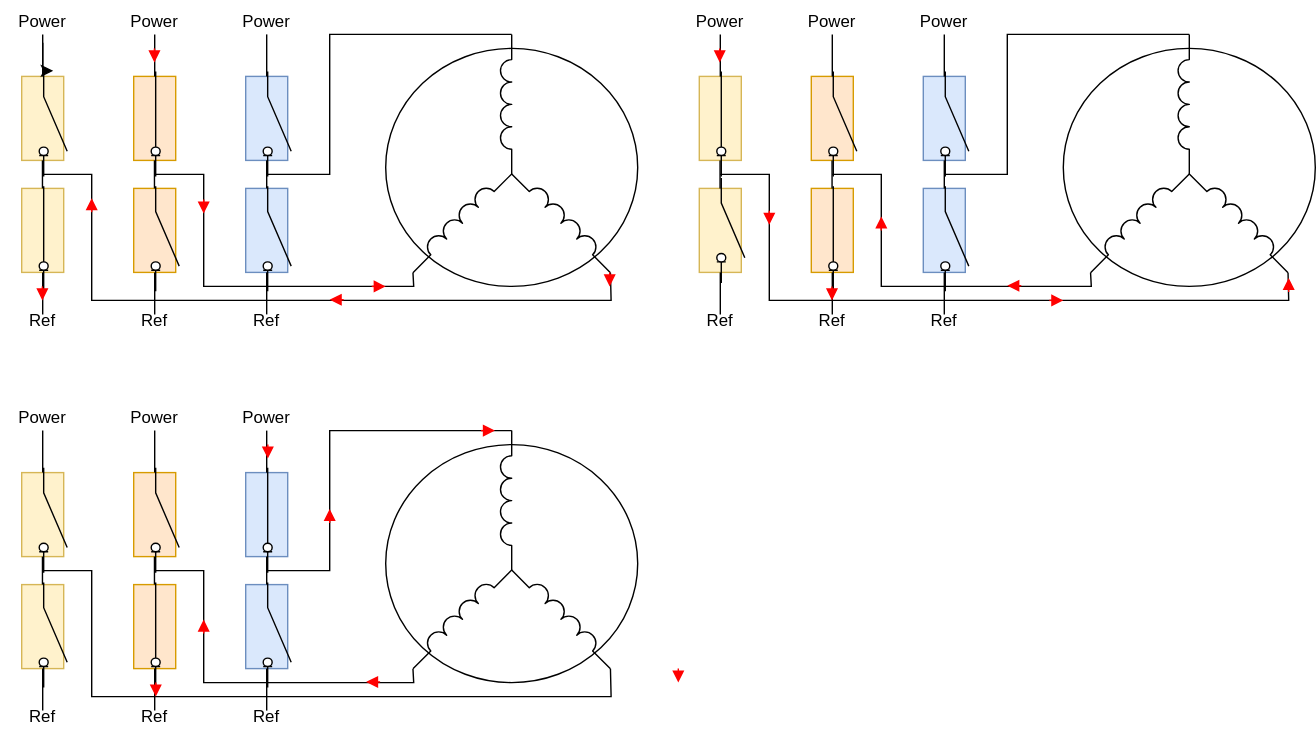
stephaneamans/ESC_Brushless keeps this draw.io diagram as 01-documentation/svg_files/esc_commutation_principle.drawio.svg. Above is the earlier version. Source tidied: cells renumbered, new cells last; positions are measured from the earlier drawing's top-left corner, leaving out a move shared by most shapes.
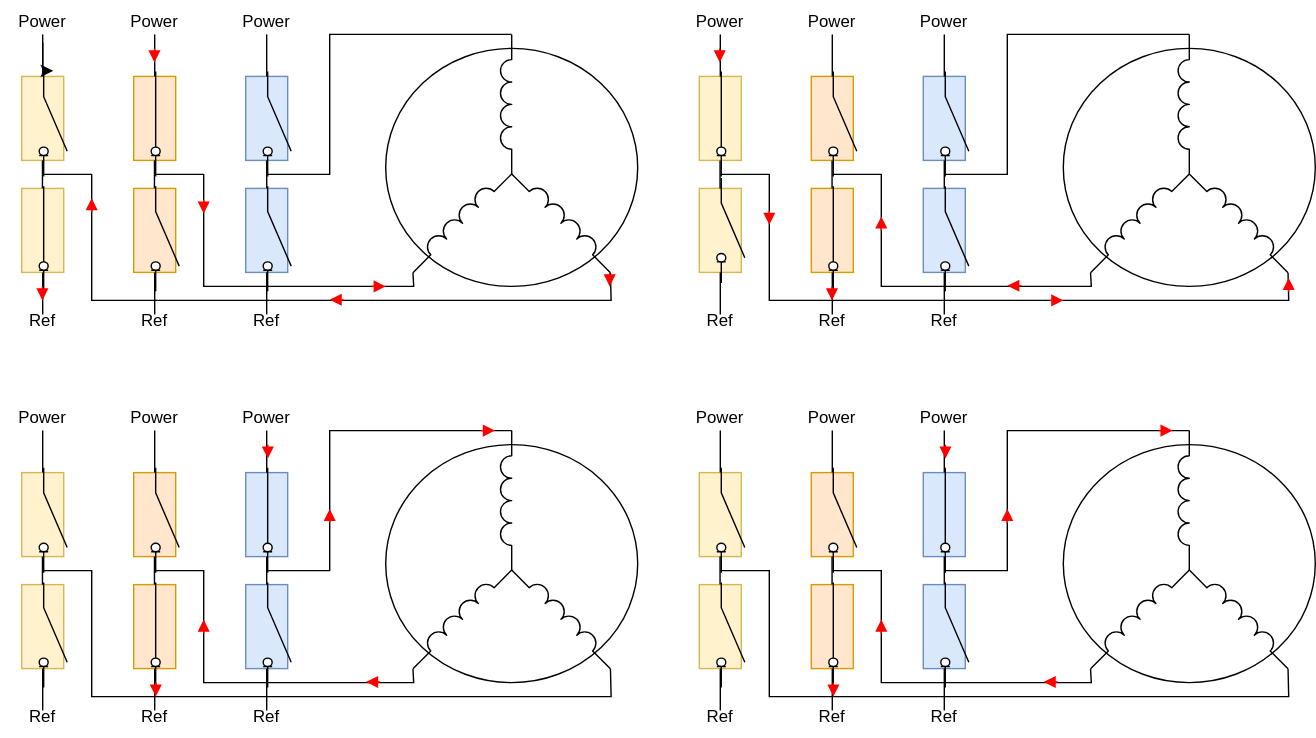
Above is the later version.

The edit, as a diff of the source:
```diff
@@ -533,12 +533,6 @@
         <mxPoint x="190.8" y="327" as="targetPoint" />
       </mxGeometry>
     </mxCell>
-    <mxCell id="120" style="endArrow=block;html=1;rounded=0;strokeColor=#FF0000;endFill=1;" parent="1" edge="1">
-      <mxGeometry relative="1" as="geometry">
-        <mxPoint x="484" y="477" as="sourcePoint" />
-        <mxPoint x="484" y="487" as="targetPoint" />
-      </mxGeometry>
-    </mxCell>
     <mxCell id="121" style="endArrow=block;html=1;rounded=0;strokeColor=#FF0000;endFill=1;" parent="1" edge="1">
       <mxGeometry relative="1" as="geometry">
         <mxPoint x="110.8" y="487" as="sourcePoint" />
@@ -569,5 +563,187 @@
         <mxPoint x="145" y="442" as="targetPoint" />
       </mxGeometry>
     </mxCell>
+    <mxCell id="126" style="ellipse;whiteSpace=wrap;html=1;" parent="1" vertex="1">
+      <mxGeometry x="759" y="317" width="180" height="170" as="geometry" />
+    </mxCell>
+    <mxCell id="127" style="verticalLabelPosition=bottom;shadow=0;dashed=0;align=center;html=1;verticalAlign=top;shape=mxgraph.electrical.inductors.inductor_3;rotation=-45;" parent="1" vertex="1">
+      <mxGeometry x="761" y="435" width="100" height="8" as="geometry" />
+    </mxCell>
+    <mxCell id="128" style="verticalLabelPosition=bottom;shadow=0;dashed=0;align=center;html=1;verticalAlign=top;shape=mxgraph.electrical.inductors.inductor_3;rotation=-90;" parent="1" vertex="1">
+      <mxGeometry x="795" y="353" width="100" height="8" as="geometry" />
+    </mxCell>
+    <mxCell id="129" style="verticalLabelPosition=bottom;shadow=0;dashed=0;align=center;html=1;verticalAlign=top;shape=mxgraph.electrical.inductors.inductor_3;rotation=45;" parent="1" vertex="1">
+      <mxGeometry x="837" y="435" width="100" height="8" as="geometry" />
+    </mxCell>
+    <mxCell id="130" style="rounded=0;whiteSpace=wrap;html=1;fillColor=#dae8fc;strokeColor=#6c8ebf;" parent="1" vertex="1">
+      <mxGeometry x="659" y="337" width="30" height="60" as="geometry" />
+    </mxCell>
+    <mxCell id="131" style="rounded=0;whiteSpace=wrap;html=1;fillColor=#dae8fc;strokeColor=#6c8ebf;" parent="1" vertex="1">
+      <mxGeometry x="659" y="417" width="30" height="60" as="geometry" />
+    </mxCell>
+    <mxCell id="132" style="rounded=0;whiteSpace=wrap;html=1;fillColor=#ffe6cc;strokeColor=#d79b00;" parent="1" vertex="1">
+      <mxGeometry x="579" y="337" width="30" height="60" as="geometry" />
+    </mxCell>
+    <mxCell id="133" style="rounded=0;whiteSpace=wrap;html=1;fillColor=#ffe6cc;strokeColor=#d79b00;" parent="1" vertex="1">
+      <mxGeometry x="579" y="417" width="30" height="60" as="geometry" />
+    </mxCell>
+    <mxCell id="134" style="rounded=0;whiteSpace=wrap;html=1;fillColor=#fff2cc;strokeColor=#d6b656;" parent="1" vertex="1">
+      <mxGeometry x="499" y="337" width="30" height="60" as="geometry" />
+    </mxCell>
+    <mxCell id="135" style="rounded=0;whiteSpace=wrap;html=1;fillColor=#fff2cc;strokeColor=#d6b656;" parent="1" vertex="1">
+      <mxGeometry x="499" y="417" width="30" height="60" as="geometry" />
+    </mxCell>
+    <mxCell id="136" style="endArrow=none;html=1;rounded=0;exitX=0.5;exitY=0;exitDx=0;exitDy=0;entryX=0.5;entryY=1;entryDx=0;entryDy=0;" parent="1" edge="1" source="131" target="130">
+      <mxGeometry relative="1" as="geometry" />
+    </mxCell>
+    <mxCell id="137" style="endArrow=none;html=1;rounded=0;exitX=0.5;exitY=0;exitDx=0;exitDy=0;entryX=0.5;entryY=1;entryDx=0;entryDy=0;" parent="1" edge="1">
+      <mxGeometry relative="1" as="geometry">
+        <mxPoint x="593.8" y="417" as="sourcePoint" />
+        <mxPoint x="593.8" y="397" as="targetPoint" />
+      </mxGeometry>
+    </mxCell>
+    <mxCell id="138" style="endArrow=none;html=1;rounded=0;exitX=0.5;exitY=0;exitDx=0;exitDy=0;entryX=0.5;entryY=1;entryDx=0;entryDy=0;" parent="1" edge="1">
+      <mxGeometry relative="1" as="geometry">
+        <mxPoint x="513.8" y="417" as="sourcePoint" />
+        <mxPoint x="513.8" y="397" as="targetPoint" />
+      </mxGeometry>
+    </mxCell>
+    <mxCell id="139" style="endArrow=none;html=1;rounded=0;entryX=1;entryY=1;entryDx=0;entryDy=0;entryPerimeter=0;" parent="1" edge="1" target="128">
+      <mxGeometry relative="1" as="geometry">
+        <mxPoint x="674" y="407" as="sourcePoint" />
+        <Array as="points">
+          <mxPoint x="719" y="407" />
+          <mxPoint x="719" y="307" />
+        </Array>
+      </mxGeometry>
+    </mxCell>
+    <mxCell id="140" style="endArrow=none;html=1;rounded=0;entryX=0;entryY=1;entryDx=0;entryDy=0;entryPerimeter=0;" parent="1" edge="1" target="127">
+      <mxGeometry relative="1" as="geometry">
+        <mxPoint x="594" y="407" as="sourcePoint" />
+        <Array as="points">
+          <mxPoint x="629" y="407" />
+          <mxPoint x="629" y="487" />
+          <mxPoint x="779" y="487" />
+        </Array>
+      </mxGeometry>
+    </mxCell>
+    <mxCell id="141" style="endArrow=none;html=1;rounded=0;exitX=1;exitY=1;exitDx=0;exitDy=0;exitPerimeter=0;" parent="1" edge="1" source="129">
+      <mxGeometry relative="1" as="geometry">
+        <mxPoint x="514" y="407" as="targetPoint" />
+        <Array as="points">
+          <mxPoint x="920" y="497" />
+          <mxPoint x="549" y="497" />
+          <mxPoint x="549" y="407" />
+        </Array>
+      </mxGeometry>
+    </mxCell>
+    <mxCell id="142" style="endArrow=none;html=1;rounded=0;" parent="1" edge="1">
+      <mxGeometry relative="1" as="geometry">
+        <mxPoint x="514" y="337" as="sourcePoint" />
+        <mxPoint x="514" y="307" as="targetPoint" />
+      </mxGeometry>
+    </mxCell>
+    <mxCell id="143" style="endArrow=none;html=1;rounded=0;" parent="1" edge="1">
+      <mxGeometry relative="1" as="geometry">
+        <mxPoint x="514" y="507" as="sourcePoint" />
+        <mxPoint x="514" y="477" as="targetPoint" />
+      </mxGeometry>
+    </mxCell>
+    <mxCell id="144" value="Power" style="text;html=1;align=center;verticalAlign=middle;whiteSpace=wrap;rounded=0;" parent="1" vertex="1">
+      <mxGeometry x="484" y="283" width="60" height="30" as="geometry" />
+    </mxCell>
+    <mxCell id="145" value="Ref" style="text;html=1;align=center;verticalAlign=middle;whiteSpace=wrap;rounded=0;" parent="1" vertex="1">
+      <mxGeometry x="484" y="497" width="60" height="30" as="geometry" />
+    </mxCell>
+    <mxCell id="146" style="endArrow=none;html=1;rounded=0;" parent="1" edge="1">
+      <mxGeometry relative="1" as="geometry">
+        <mxPoint x="594" y="337" as="sourcePoint" />
+        <mxPoint x="594" y="307" as="targetPoint" />
+      </mxGeometry>
+    </mxCell>
+    <mxCell id="147" value="Power" style="text;html=1;align=center;verticalAlign=middle;whiteSpace=wrap;rounded=0;" parent="1" vertex="1">
+      <mxGeometry x="564" y="283" width="60" height="30" as="geometry" />
+    </mxCell>
+    <mxCell id="148" style="endArrow=none;html=1;rounded=0;" parent="1" edge="1">
+      <mxGeometry relative="1" as="geometry">
+        <mxPoint x="674" y="337" as="sourcePoint" />
+        <mxPoint x="674" y="307" as="targetPoint" />
+      </mxGeometry>
+    </mxCell>
+    <mxCell id="149" value="Power" style="text;html=1;align=center;verticalAlign=middle;whiteSpace=wrap;rounded=0;" parent="1" vertex="1">
+      <mxGeometry x="644" y="283" width="60" height="30" as="geometry" />
+    </mxCell>
+    <mxCell id="150" style="endArrow=none;html=1;rounded=0;" parent="1" edge="1">
+      <mxGeometry relative="1" as="geometry">
+        <mxPoint x="594" y="507" as="sourcePoint" />
+        <mxPoint x="594" y="477" as="targetPoint" />
+      </mxGeometry>
+    </mxCell>
+    <mxCell id="151" value="Ref" style="text;html=1;align=center;verticalAlign=middle;whiteSpace=wrap;rounded=0;" parent="1" vertex="1">
+      <mxGeometry x="564" y="497" width="60" height="30" as="geometry" />
+    </mxCell>
+    <mxCell id="152" style="endArrow=none;html=1;rounded=0;" parent="1" edge="1">
+      <mxGeometry relative="1" as="geometry">
+        <mxPoint x="674" y="507" as="sourcePoint" />
+        <mxPoint x="674" y="477" as="targetPoint" />
+      </mxGeometry>
+    </mxCell>
+    <mxCell id="153" value="Ref" style="text;html=1;align=center;verticalAlign=middle;whiteSpace=wrap;rounded=0;" parent="1" vertex="1">
+      <mxGeometry x="644" y="497" width="60" height="30" as="geometry" />
+    </mxCell>
+    <mxCell id="154" style="html=1;shape=mxgraph.electrical.electro-mechanical.switchDisconnector;elSwitchState=on;rotation=90;" parent="1" vertex="1">
+      <mxGeometry x="564" y="443" width="75" height="20" as="geometry" />
+    </mxCell>
+    <mxCell id="155" style="html=1;shape=mxgraph.electrical.electro-mechanical.switchDisconnector;elSwitchState=off;rotation=90;" parent="1" vertex="1">
+      <mxGeometry x="484" y="361" width="75" height="20" as="geometry" />
+    </mxCell>
+    <mxCell id="156" style="html=1;shape=mxgraph.electrical.electro-mechanical.switchDisconnector;elSwitchState=off;rotation=90;" parent="1" vertex="1">
+      <mxGeometry x="484" y="443" width="75" height="20" as="geometry" />
+    </mxCell>
+    <mxCell id="157" style="html=1;shape=mxgraph.electrical.electro-mechanical.switchDisconnector;elSwitchState=off;rotation=90;" parent="1" vertex="1">
+      <mxGeometry x="644" y="443" width="75" height="20" as="geometry" />
+    </mxCell>
+    <mxCell id="158" style="html=1;shape=mxgraph.electrical.electro-mechanical.switchDisconnector;elSwitchState=off;rotation=90;" parent="1" vertex="1">
+      <mxGeometry x="564" y="361" width="75" height="20" as="geometry" />
+    </mxCell>
+    <mxCell id="159" style="html=1;shape=mxgraph.electrical.electro-mechanical.switchDisconnector;elSwitchState=on;rotation=90;" parent="1" vertex="1">
+      <mxGeometry x="644" y="361" width="75" height="20" as="geometry" />
+    </mxCell>
+    <mxCell id="160" style="endArrow=block;html=1;rounded=0;strokeColor=#FF0000;endFill=1;" parent="1" edge="1">
+      <mxGeometry relative="1" as="geometry">
+        <mxPoint x="674.8" y="317" as="sourcePoint" />
+        <mxPoint x="674.8" y="327" as="targetPoint" />
+      </mxGeometry>
+    </mxCell>
+    <mxCell id="161" style="endArrow=block;html=1;rounded=0;strokeColor=#FF0000;endFill=1;" parent="1" edge="1">
+      <mxGeometry relative="1" as="geometry">
+        <mxPoint x="594.8" y="487" as="sourcePoint" />
+        <mxPoint x="594.8" y="497" as="targetPoint" />
+      </mxGeometry>
+    </mxCell>
+    <mxCell id="162" style="endArrow=block;html=1;rounded=0;strokeColor=#FF0000;endFill=1;" parent="1" edge="1">
+      <mxGeometry relative="1" as="geometry">
+        <mxPoint x="827" y="307" as="sourcePoint" />
+        <mxPoint x="837" y="307" as="targetPoint" />
+      </mxGeometry>
+    </mxCell>
+    <mxCell id="163" style="endArrow=block;html=1;rounded=0;strokeColor=#FF0000;endFill=1;" parent="1" edge="1">
+      <mxGeometry relative="1" as="geometry">
+        <mxPoint x="755" y="486.5" as="sourcePoint" />
+        <mxPoint x="745" y="486.5" as="targetPoint" />
+      </mxGeometry>
+    </mxCell>
+    <mxCell id="164" style="endArrow=block;html=1;rounded=0;strokeColor=#FF0000;endFill=1;" parent="1" edge="1">
+      <mxGeometry relative="1" as="geometry">
+        <mxPoint x="719" y="373" as="sourcePoint" />
+        <mxPoint x="719" y="363" as="targetPoint" />
+      </mxGeometry>
+    </mxCell>
+    <mxCell id="165" style="endArrow=block;html=1;rounded=0;strokeColor=#FF0000;endFill=1;" parent="1" edge="1">
+      <mxGeometry relative="1" as="geometry">
+        <mxPoint x="629" y="452" as="sourcePoint" />
+        <mxPoint x="629" y="442" as="targetPoint" />
+      </mxGeometry>
+    </mxCell>
   </root>
 </mxGraphModel>
```
